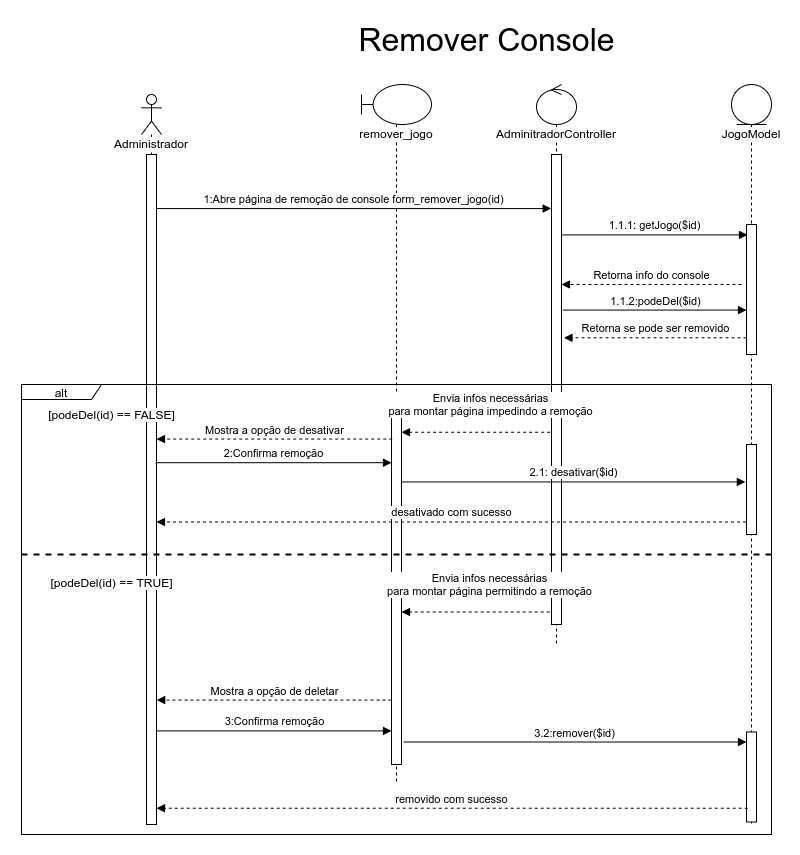
joaopaulo7/GCC188-Projeto-Final keeps this draw.io diagram as docs/Diagramas/Diagrama-Sequência/Sequencia-Jogo Remover.drawio.png. Above is the earlier version. Source tidied: cells renumbered, new cells last; positions are measured from the earlier drawing's top-left corner, leaving out a move shared by most shapes.
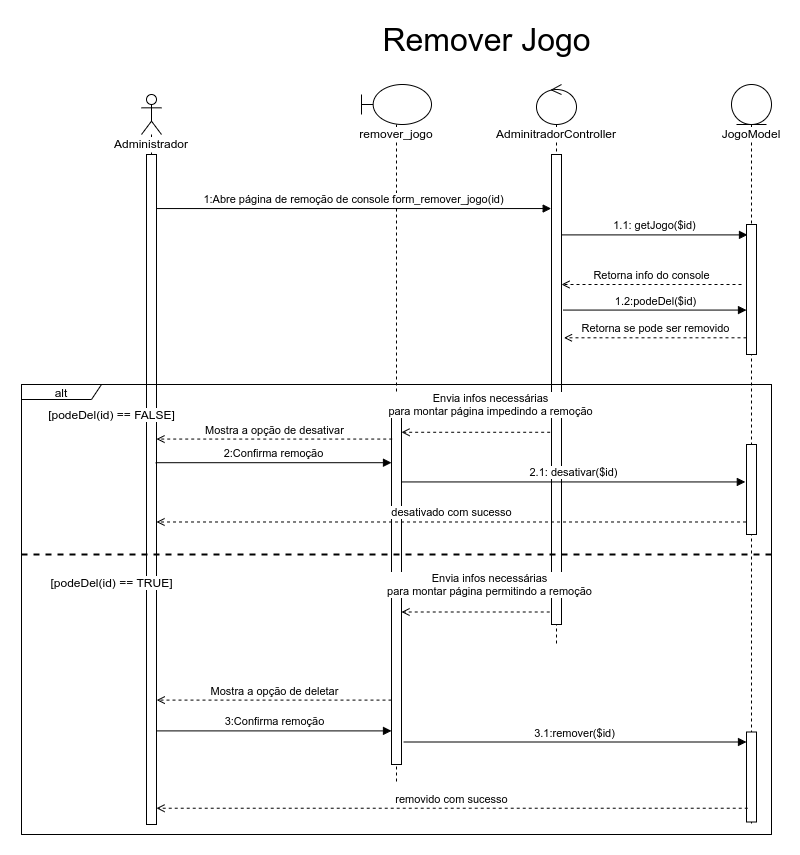
After the commit.

The edit, as a diff of the source:
```diff
@@ -29,27 +29,27 @@
     <mxCell id="10" style="html=1;points=[];perimeter=orthogonalPerimeter;labelBackgroundColor=#FFFFFF;fillColor=default;" parent="9" vertex="1">
       <mxGeometry x="15" y="140" width="10" height="130" as="geometry" />
     </mxCell>
-    <mxCell id="11" value="1.1.1: getJogo($id)" style="html=1;verticalAlign=bottom;endArrow=block;rounded=0;entryX=0.1;entryY=0.08;entryDx=0;entryDy=0;entryPerimeter=0;" parent="1" edge="1" source="8" target="10">
+    <mxCell id="11" value="1.1: getJogo($id)" style="html=1;verticalAlign=bottom;endArrow=block;rounded=0;entryX=0.1;entryY=0.08;entryDx=0;entryDy=0;entryPerimeter=0;" parent="1" edge="1" source="8" target="10">
       <mxGeometry relative="1" as="geometry" />
     </mxCell>
-    <mxCell id="12" value="Retorna info do console" style="html=1;verticalAlign=bottom;endArrow=block;rounded=0;dashed=1;" parent="1" edge="1" target="8">
+    <mxCell id="12" value="Retorna info do console" style="html=1;verticalAlign=bottom;endArrow=open;rounded=0;dashed=1;endFill=0;" parent="1" edge="1" target="8">
       <mxGeometry relative="1" as="geometry">
         <mxPoint x="720" y="260" as="sourcePoint" />
       </mxGeometry>
     </mxCell>
-    <mxCell id="13" value="&lt;span style=&quot;font-size: 32px&quot;&gt;Remover Console&lt;/span&gt;" style="text;html=1;align=center;verticalAlign=middle;strokeColor=none;fillColor=none;" parent="1" vertex="1">
-      <mxGeometry x="330" width="270" height="30" as="geometry" />
+    <mxCell id="13" value="&lt;span style=&quot;font-size: 32px&quot;&gt;Remover Jogo&lt;/span&gt;" style="text;html=1;align=center;verticalAlign=middle;strokeColor=none;fillColor=none;" parent="1" vertex="1">
+      <mxGeometry x="355" width="220" height="30" as="geometry" />
     </mxCell>
     <mxCell id="14" value="1:Abre página de remoção de console form_remover_jogo(id)" style="html=1;verticalAlign=bottom;endArrow=block;rounded=0;entryX=-0.031;entryY=0.115;entryDx=0;entryDy=0;entryPerimeter=0;" parent="1" edge="1" source="4" target="8">
       <mxGeometry relative="1" as="geometry" />
     </mxCell>
-    <mxCell id="15" value="Envia infos necessárias&lt;br&gt;para montar página impedindo a remoção" style="html=1;verticalAlign=bottom;endArrow=block;rounded=0;dashed=1;exitX=-0.134;exitY=0.591;exitDx=0;exitDy=0;exitPerimeter=0;" parent="1" edge="1" source="8" target="6">
+    <mxCell id="15" value="Envia infos necessárias&lt;br&gt;para montar página impedindo a remoção" style="html=1;verticalAlign=bottom;endArrow=open;rounded=0;dashed=1;exitX=-0.134;exitY=0.591;exitDx=0;exitDy=0;exitPerimeter=0;endFill=0;" parent="1" edge="1" source="8" target="6">
       <mxGeometry x="-0.19" y="-12" relative="1" as="geometry" />
     </mxCell>
-    <mxCell id="16" value="1.1.2:podeDel($id)" style="html=1;verticalAlign=bottom;endArrow=block;rounded=0;exitX=1.176;exitY=0.331;exitDx=0;exitDy=0;exitPerimeter=0;" parent="1" edge="1" source="8" target="10">
+    <mxCell id="16" value="1.2:podeDel($id)" style="html=1;verticalAlign=bottom;endArrow=block;rounded=0;exitX=1.176;exitY=0.331;exitDx=0;exitDy=0;exitPerimeter=0;" parent="1" edge="1" source="8" target="10">
       <mxGeometry relative="1" as="geometry" />
     </mxCell>
-    <mxCell id="17" value="Retorna se pode ser removido" style="html=1;verticalAlign=bottom;endArrow=block;rounded=0;dashed=1;entryX=1.245;entryY=0.39;entryDx=0;entryDy=0;entryPerimeter=0;" parent="1" edge="1" source="10" target="8">
+    <mxCell id="17" value="Retorna se pode ser removido" style="html=1;verticalAlign=bottom;endArrow=open;rounded=0;dashed=1;entryX=1.245;entryY=0.39;entryDx=0;entryDy=0;entryPerimeter=0;endFill=0;" parent="1" edge="1" source="10" target="8">
       <mxGeometry relative="1" as="geometry" />
     </mxCell>
     <mxCell id="18" style="swimlane;startSize=0;" parent="1" vertex="1">
@@ -61,7 +61,7 @@
     <mxCell id="20" style="html=1;points=[];perimeter=orthogonalPerimeter;labelBackgroundColor=none;fontSize=12;fillColor=default;" parent="18" vertex="1">
       <mxGeometry x="725" y="347.5" width="10" height="90" as="geometry" />
     </mxCell>
-    <mxCell id="21" value="Mostra a opção de deletar" style="html=1;verticalAlign=bottom;endArrow=block;rounded=0;dashed=1;startArrow=none;entryX=1.021;entryY=0.742;entryDx=0;entryDy=0;entryPerimeter=0;" parent="18" edge="1">
+    <mxCell id="21" value="Mostra a opção de deletar" style="html=1;verticalAlign=bottom;endArrow=open;rounded=0;dashed=1;startArrow=none;entryX=1.021;entryY=0.742;entryDx=0;entryDy=0;entryPerimeter=0;endFill=0;" parent="18" edge="1">
       <mxGeometry relative="1" as="geometry">
         <mxPoint x="370" y="315.6" as="sourcePoint" />
         <mxPoint x="135.2" y="315.6" as="targetPoint" />
@@ -73,17 +73,17 @@
         <mxPoint x="370" y="346.4" as="targetPoint" />
       </mxGeometry>
     </mxCell>
-    <mxCell id="23" value="3.2:remover($id)" style="html=1;verticalAlign=bottom;endArrow=block;rounded=0;exitX=0.952;exitY=0.798;exitDx=0;exitDy=0;exitPerimeter=0;" parent="18" edge="1" target="20">
+    <mxCell id="23" value="3.1:remover($id)" style="html=1;verticalAlign=bottom;endArrow=block;rounded=0;exitX=0.952;exitY=0.798;exitDx=0;exitDy=0;exitPerimeter=0;" parent="18" edge="1" target="20">
       <mxGeometry relative="1" as="geometry">
         <mxPoint x="382.3" y="357.5" as="sourcePoint" />
       </mxGeometry>
     </mxCell>
-    <mxCell id="24" value="removido com sucesso" style="html=1;verticalAlign=bottom;endArrow=block;rounded=0;dashed=1;startArrow=none;exitX=0.124;exitY=0.847;exitDx=0;exitDy=0;exitPerimeter=0;" parent="18" edge="1" source="20">
+    <mxCell id="24" value="removido com sucesso" style="html=1;verticalAlign=bottom;endArrow=open;rounded=0;dashed=1;startArrow=none;exitX=0.124;exitY=0.847;exitDx=0;exitDy=0;exitPerimeter=0;endFill=0;" parent="18" edge="1" source="20">
       <mxGeometry relative="1" as="geometry">
         <mxPoint x="135" y="423.7" as="targetPoint" />
       </mxGeometry>
     </mxCell>
-    <mxCell id="25" value="Envia infos necessárias&lt;br&gt;para montar página permitindo a remoção" style="html=1;verticalAlign=bottom;endArrow=block;rounded=0;dashed=1;entryX=1.176;entryY=0.473;entryDx=0;entryDy=0;entryPerimeter=0;" parent="18" edge="1">
+    <mxCell id="25" value="Envia infos necessárias&lt;br&gt;para montar página permitindo a remoção" style="html=1;verticalAlign=bottom;endArrow=open;rounded=0;dashed=1;entryX=1.176;entryY=0.473;entryDx=0;entryDy=0;entryPerimeter=0;endFill=0;" parent="18" edge="1">
       <mxGeometry x="-0.19" y="-12" relative="1" as="geometry">
         <mxPoint x="528.2" y="227.5" as="sourcePoint" />
         <mxPoint x="380" y="227.5" as="targetPoint" />
@@ -101,7 +101,7 @@
     <mxCell id="28" style="html=1;points=[];perimeter=orthogonalPerimeter;labelBackgroundColor=none;fontSize=12;fillColor=default;" parent="18" vertex="1">
       <mxGeometry x="725" y="60" width="10" height="90" as="geometry" />
     </mxCell>
-    <mxCell id="29" value="Mostra a opção de desativar" style="html=1;verticalAlign=bottom;endArrow=block;rounded=0;dashed=1;startArrow=none;exitX=0.072;exitY=0.096;exitDx=0;exitDy=0;exitPerimeter=0;" parent="1" edge="1" source="6" target="4">
+    <mxCell id="29" value="Mostra a opção de desativar" style="html=1;verticalAlign=bottom;endArrow=open;rounded=0;dashed=1;startArrow=none;exitX=0.072;exitY=0.096;exitDx=0;exitDy=0;exitPerimeter=0;endFill=0;" parent="1" edge="1" source="6" target="4">
       <mxGeometry relative="1" as="geometry" />
     </mxCell>
     <mxCell id="30" value="2.1: desativar($id)" style="html=1;verticalAlign=bottom;endArrow=block;rounded=0;entryX=-0.117;entryY=0.416;entryDx=0;entryDy=0;entryPerimeter=0;" parent="1" edge="1" source="6" target="28">
@@ -110,7 +110,7 @@
     <mxCell id="31" value="2:Confirma remoção" style="html=1;verticalAlign=bottom;endArrow=block;rounded=0;exitX=0.917;exitY=0.46;exitDx=0;exitDy=0;exitPerimeter=0;" parent="1" edge="1" source="4" target="6">
       <mxGeometry relative="1" as="geometry" />
     </mxCell>
-    <mxCell id="32" value="desativado com sucesso" style="html=1;verticalAlign=bottom;endArrow=block;rounded=0;dashed=1;startArrow=none;exitX=-0.048;exitY=0.861;exitDx=0;exitDy=0;exitPerimeter=0;" parent="1" edge="1" source="28" target="4">
+    <mxCell id="32" value="desativado com sucesso" style="html=1;verticalAlign=bottom;endArrow=open;rounded=0;dashed=1;startArrow=none;exitX=-0.048;exitY=0.861;exitDx=0;exitDy=0;exitPerimeter=0;endFill=0;" parent="1" edge="1" source="28" target="4">
       <mxGeometry relative="1" as="geometry" />
     </mxCell>
   </root>
```
